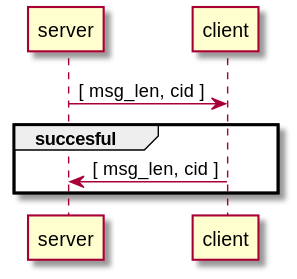
The PlantUML diagram soundzones_protocol/sequence_diagrams/F1_check_con.svg in NielsDyrberg/Wireless_sound_zones, before a commit.
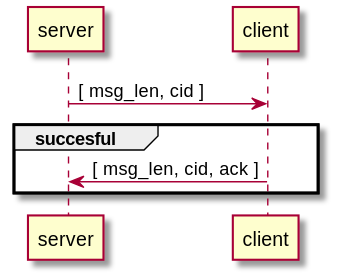
The same diagram one commit later.

Diff of the diagram source:
```diff
@@ -1,6 +1,6 @@
 @startuml F1_check_con
 server -> client: [ msg_len, cid ]
 group succesful
-    server <- client: [ msg_len, cid ]
+    server <- client: [ msg_len, cid, ack ]
 end
 @enduml
```
